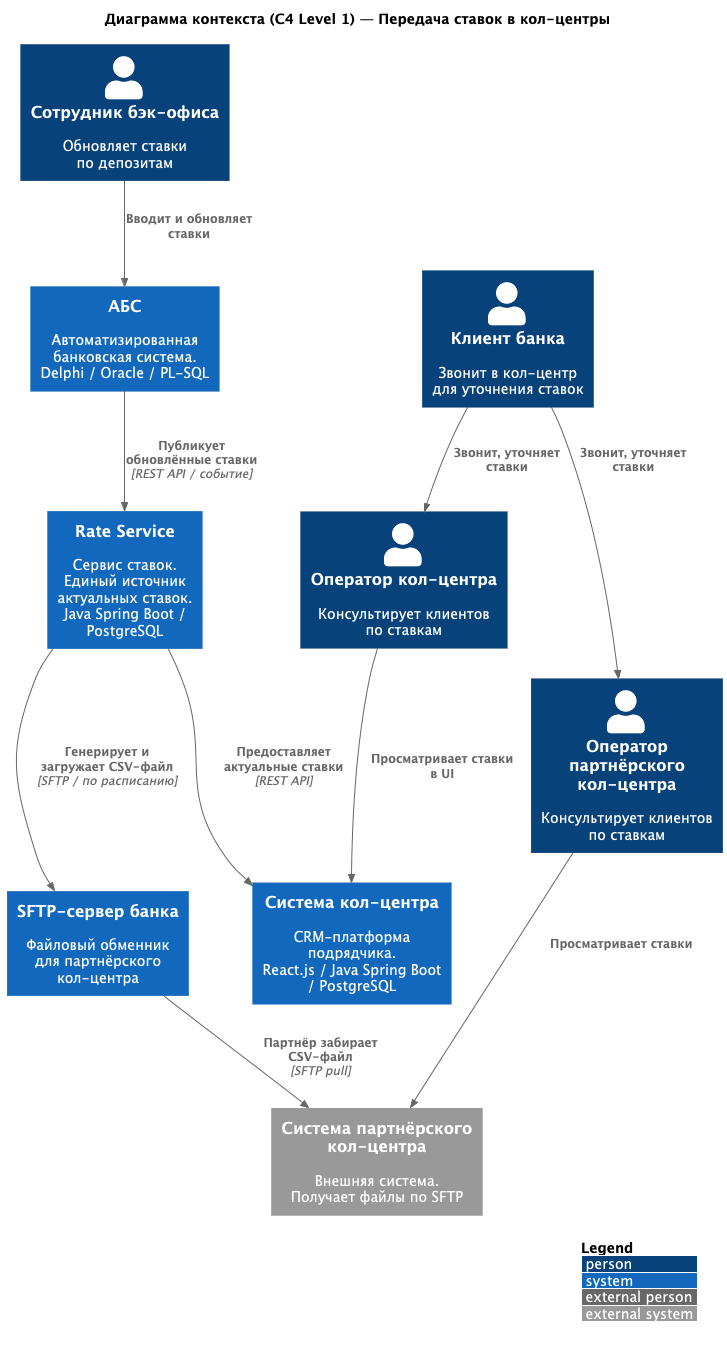
Earlier version of the PlantUML export Task4/Diagrams/c4_context.png (alexruek/architecture-pro-standart).
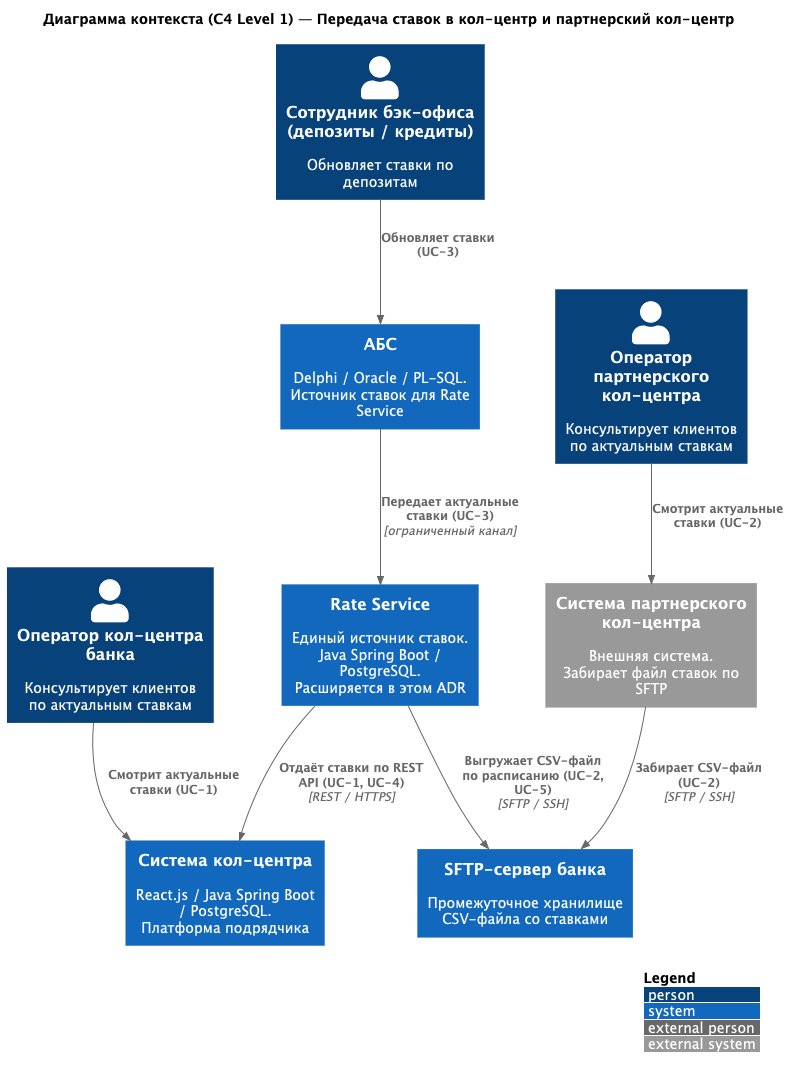
Later version of the same file.

Change to the diagram source:
```diff
@@ -3,27 +3,25 @@
 
 LAYOUT_WITH_LEGEND()
 
-title Диаграмма контекста (C4 Level 1) — Передача ставок в кол-центры
+title Диаграмма контекста (C4 Level 1) — Передача ставок в кол-центр и партнерский кол-центр
 
-Person(backoffice, "Сотрудник бэк-офиса", "Обновляет ставки\nпо депозитам")
-Person(operator_cc, "Оператор кол-центра", "Консультирует клиентов\nпо ставкам")
-Person(operator_pcc, "Оператор партнёрского\nкол-центра", "Консультирует клиентов\nпо ставкам")
-Person(client, "Клиент банка", "Звонит в кол-центр\nдля уточнения ставок")
+Person(backoffice, "Сотрудник бэк-офиса\n(депозиты / кредиты)", "Обновляет ставки по депозитам")
+Person(cc_operator, "Оператор кол-центра банка", "Консультирует клиентов\nпо актуальным ставкам")
+Person(partner_operator, "Оператор партнерского\nкол-центра", "Консультирует клиентов\nпо актуальным ставкам")
 
-System(abs, "АБС", "Автоматизированная\nбанковская система.\nDelphi / Oracle / PL-SQL")
-System(rate_service, "Rate Service", "Сервис ставок.\nЕдиный источник\nактуальных ставок.\nJava Spring Boot / PostgreSQL")
-System(callcenter, "Система кол-центра", "CRM-платформа подрядчика.\nReact.js / Java Spring Boot\n/ PostgreSQL")
-System_Ext(partner_cc, "Система партнёрского\nкол-центра", "Внешняя система.\nПолучает файлы по SFTP")
-System(sftp, "SFTP-сервер банка", "Файловый обменник\nдля партнёрского кол-центра")
+System(rate_svc, "Rate Service", "Единый источник ставок.\nJava Spring Boot / PostgreSQL.\nРасширяется в этом ADR")
+System(cc_system, "Система кол-центра", "React.js / Java Spring Boot\n/ PostgreSQL.\nПлатформа подрядчика")
+System(abs, "АБС", "Delphi / Oracle / PL-SQL.\nИсточник ставок для Rate Service")
+System(sftp, "SFTP-сервер банка", "Промежуточное хранилище\nCSV-файла со ставками")
 
-Rel(backoffice, abs, "Вводит и обновляет ставки")
-Rel(abs, rate_service, "Публикует обновлённые ставки", "REST API / событие")
-Rel(rate_service, callcenter, "Предоставляет актуальные ставки", "REST API")
-Rel(rate_service, sftp, "Генерирует и загружает CSV-файл", "SFTP / по расписанию")
-Rel(sftp, partner_cc, "Партнёр забирает CSV-файл", "SFTP pull")
-Rel(operator_cc, callcenter, "Просматривает ставки в UI")
-Rel(operator_pcc, partner_cc, "Просматривает ставки")
-Rel(client, operator_cc, "Звонит, уточняет ставки")
-Rel(client, operator_pcc, "Звонит, уточняет ставки")
+System_Ext(partner_cc, "Система партнерского\nкол-центра", "Внешняя система.\nЗабирает файл ставок по SFTP")
+
+Rel(backoffice, abs, "Обновляет ставки (UC-3)")
+Rel(abs, rate_svc, "Передает актуальные ставки (UC-3)", "ограниченный канал")
+Rel(rate_svc, cc_system, "Отдаёт ставки по REST API (UC-1, UC-4)", "REST / HTTPS")
+Rel(rate_svc, sftp, "Выгружает CSV-файл по расписанию (UC-2, UC-5)", "SFTP / SSH")
+Rel(partner_cc, sftp, "Забирает CSV-файл (UC-2)", "SFTP / SSH")
+Rel(cc_operator, cc_system, "Смотрит актуальные ставки (UC-1)")
+Rel(partner_operator, partner_cc, "Смотрит актуальные ставки (UC-2)")
 
 @enduml
```
